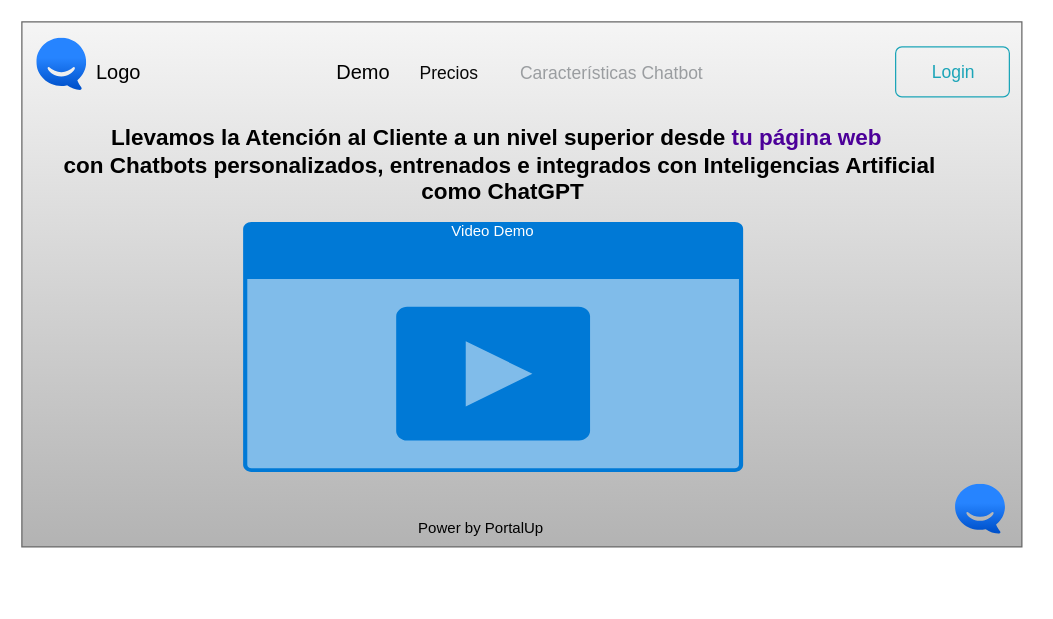
Above: mockup_inicio.drawio in victorhugor45/mockups_chatbot_platform (draw.io), before the change. Source tidied: cells renumbered, new cells numbered last; positions are measured from the earlier drawing's top-left corner, leaving out a move shared by most shapes. Both pictures are drawn from the tidied source at 125%, with x=0, y=0 at pixel (21, 21).
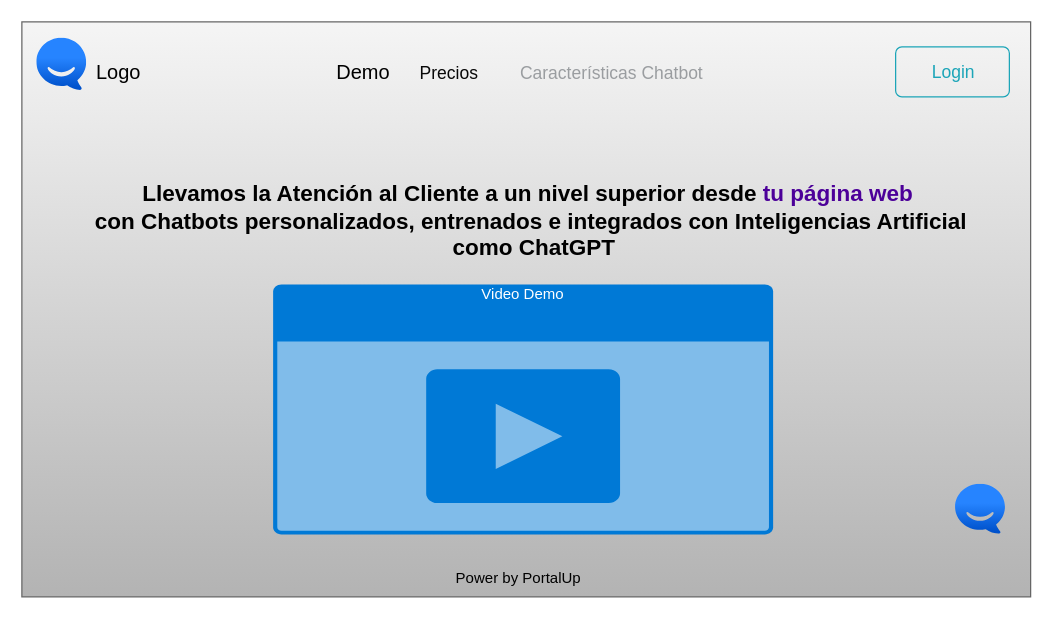
The same page after the edit.

Commit message:
Se organizar y se centra

Change to the diagram source:
```diff
@@
 <mxGraphModel>
   <root>
     <mxCell id="0" />
     <mxCell id="1" parent="0" />
     <mxCell id="2" style="rounded=0;whiteSpace=wrap;html=1;fillColor=#f5f5f5;gradientColor=#b3b3b3;strokeColor=#666666;" parent="1" vertex="1">
-      <mxGeometry width="800" height="420" as="geometry" />
+      <mxGeometry width="807" height="460" as="geometry" />
     </mxCell>
     <mxCell id="3" value="Demo" style="html=1;shadow=0;dashed=0;fontSize=16;align=left;spacing=15;fillColor=none;strokeColor=none;" parent="1" vertex="1">
       <mxGeometry x="237" y="10" width="563" height="60" as="geometry" />
     </mxCell>
     <mxCell id="4" value="Precios" style="fillColor=none;strokeColor=none;fontSize=14;fontColor=#080808;align=center;" parent="3" vertex="1">
       <mxGeometry width="70" height="40" relative="1" as="geometry">
         <mxPoint x="70" y="10" as="offset" />
       </mxGeometry>
     </mxCell>
     <mxCell id="5" value="Características Chatbot " style="fillColor=none;strokeColor=none;fontSize=14;fontColor=#9A9DA0;align=center;" parent="3" vertex="1">
       <mxGeometry width="160" height="40" relative="1" as="geometry">
         <mxPoint x="157" y="10" as="offset" />
       </mxGeometry>
     </mxCell>
     <mxCell id="6" value="Login" style="html=1;shadow=0;dashed=0;shape=mxgraph.bootstrap.rrect;rSize=5;fontSize=14;fontColor=#1CA5B8;strokeColor=#1CA5B8;fillColor=none;" parent="3" vertex="1">
       <mxGeometry x="1" width="91" height="40" relative="1" as="geometry">
         <mxPoint x="-101" y="10" as="offset" />
       </mxGeometry>
     </mxCell>
     <mxCell id="7" value="Video Demo" style="html=1;whiteSpace=wrap;strokeColor=none;fillColor=#0079D6;labelPosition=center;verticalLabelPosition=middle;verticalAlign=top;align=center;fontSize=12;spacingTop=-6;fontColor=#FFFFFF;sketch=0;shape=mxgraph.sitemap.video;" parent="1" vertex="1">
-      <mxGeometry x="177" y="160" width="400" height="200" as="geometry" />
+      <mxGeometry x="201" y="210" width="400" height="200" as="geometry" />
     </mxCell>
-    <mxCell id="8" value="Power by PortalUp&lt;br&gt;" style="text;html=1;align=center;verticalAlign=middle;strokeColor=none;fillColor=none;" parent="1" vertex="1">
-      <mxGeometry x="307" y="390" width="120" height="30" as="geometry" />
+    <mxCell id="8" value="Power by PortalUp&lt;br&gt;" style="text;html=1;align=center;verticalAlign=middle;strokeColor=none;fillColor=none;flipH=1;flipV=1;" parent="1" vertex="1">
+      <mxGeometry x="337" y="430" width="120" height="30" as="geometry" />
     </mxCell>
     <mxCell id="9" value="Logo" style="text;html=1;align=center;verticalAlign=middle;strokeColor=none;fillColor=none;fontSize=16;" parent="1" vertex="1">
       <mxGeometry x="47" y="25" width="60" height="30" as="geometry" />
     </mxCell>
     <mxCell id="10" value="Llevamos la Atención al Cliente a un nivel superior desde&amp;nbsp;&lt;font style=&quot;border-color: var(--border-color);&quot; color=&quot;#4c0099&quot;&gt;tu página web&amp;nbsp;&lt;br&gt;&lt;/font&gt;con Chatbots personalizados, entrenados e integrados con Inteligencias Artificial&lt;br&gt;&amp;nbsp;como ChatGPT" style="text;html=1;align=center;verticalAlign=middle;strokeColor=none;fillColor=none;fontFamily=Helvetica;fontStyle=1;horizontal=1;fontSize=18;shadow=0;rounded=0;glass=0;" parent="1" vertex="1">
-      <mxGeometry x="22" y="75" width="720" height="80" as="geometry" />
+      <mxGeometry x="47" y="120" width="720" height="80" as="geometry" />
     </mxCell>
     <mxCell id="11" style="image;image=img/lib/atlassian/Hipchat_Logo.svg;html=1;direction=east;flipH=0;flipV=0;" parent="1" vertex="1">
       <mxGeometry x="747" y="370" width="40" height="40" as="geometry" />
     </mxCell>
     <mxCell id="12" style="image;image=img/lib/atlassian/Hipchat_Logo.svg;html=1;" parent="1" vertex="1">
       <mxGeometry x="12" y="13" width="40" height="42" as="geometry" />
     </mxCell>
   </root>
 </mxGraphModel>
```
